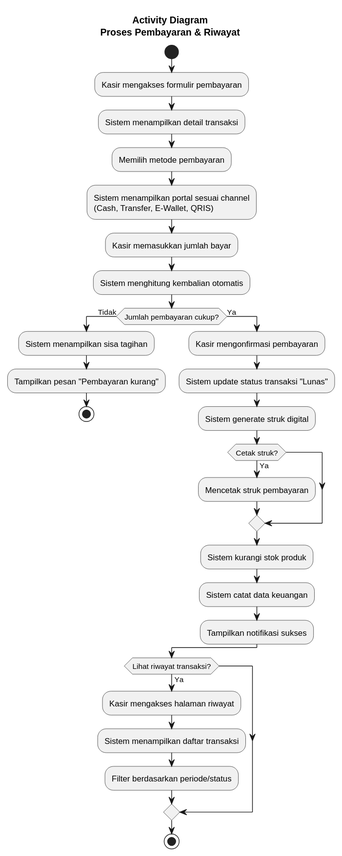
pawon3d/pawon3d keeps this PlantUML diagram as docs/diagrams/svg/activity/activity-inc-1-pembayaran.svg. Above is the earlier version.
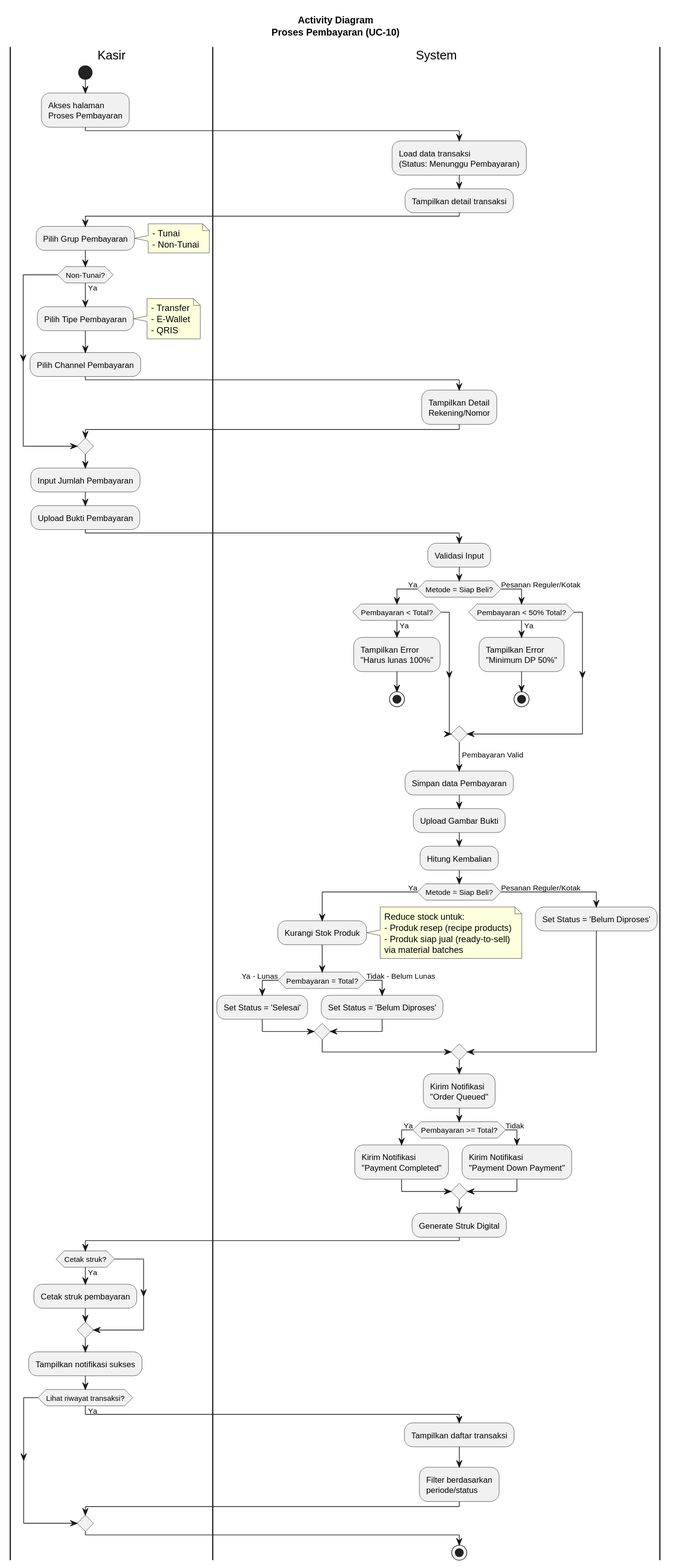
Later version of the same file.

The edit, as a diff of the source:
```diff
@@ -1,40 +1,99 @@
 @startuml
 skinparam activityShape octagon
 
-title Activity Diagram\nProses Pembayaran & Riwayat
+title Activity Diagram\nProses Pembayaran (UC-10)
 
+|Kasir|
 start
-:Kasir mengakses formulir pembayaran;
-:Sistem menampilkan detail transaksi;
+:Akses halaman\nProses Pembayaran;
 
-:Memilih metode pembayaran;
-:Sistem menampilkan portal sesuai channel\n(Cash, Transfer, E-Wallet, QRIS);
+|System|
+:Load data transaksi\n(Status: Menunggu Pembayaran);
+:Tampilkan detail transaksi;
 
-:Kasir memasukkan jumlah bayar;
-:Sistem menghitung kembalian otomatis;
+|Kasir|
+:Pilih Grup Pembayaran;
+note right
+  - Tunai
+  - Non-Tunai
+end note
 
-if (Jumlah pembayaran cukup?) then (Tidak)
-    :Sistem menampilkan sisa tagihan;
-    :Tampilkan pesan "Pembayaran kurang";
-    stop
-else (Ya)
-    :Kasir mengonfirmasi pembayaran;
-    :Sistem update status transaksi "Lunas";
-    :Sistem generate struk digital;
+if (Non-Tunai?) then (Ya)
+  :Pilih Tipe Pembayaran;
+  note right
+    - Transfer
+    - E-Wallet
+    - QRIS
+  end note
 
-    if (Cetak struk?) then (Ya)
-        :Mencetak struk pembayaran;
-    endif
-
-    :Sistem kurangi stok produk;
-    :Sistem catat data keuangan;
-    :Tampilkan notifikasi sukses;
+  :Pilih Channel Pembayaran;
+  |System|
+  :Tampilkan Detail\nRekening/Nomor;
 endif
 
+|Kasir|
+:Input Jumlah Pembayaran;
+:Upload Bukti Pembayaran;
+
+|System|
+:Validasi Input;
+
+if (Metode = Siap Beli?) then (Ya)
+  if (Pembayaran < Total?) then (Ya)
+    :Tampilkan Error\n"Harus lunas 100%";
+    stop
+  endif
+else (Pesanan Reguler/Kotak)
+  if (Pembayaran < 50% Total?) then (Ya)
+    :Tampilkan Error\n"Minimum DP 50%";
+    stop
+  endif
+endif
+
+-> Pembayaran Valid;
+:Simpan data Pembayaran;
+:Upload Gambar Bukti;
+:Hitung Kembalian;
+
+if (Metode = Siap Beli?) then (Ya)
+  :Kurangi Stok Produk;
+  note right
+    Reduce stock untuk:
+    - Produk resep (recipe products)
+    - Produk siap jual (ready-to-sell)
+    via material batches
+  end note
+
+  if (Pembayaran = Total?) then (Ya - Lunas)
+    :Set Status = 'Selesai';
+  else (Tidak - Belum Lunas)
+    :Set Status = 'Belum Diproses';
+  endif
+else (Pesanan Reguler/Kotak)
+  :Set Status = 'Belum Diproses';
+endif
+
+:Kirim Notifikasi\n"Order Queued";
+
+if (Pembayaran >= Total?) then (Ya)
+  :Kirim Notifikasi\n"Payment Completed";
+else (Tidak)
+  :Kirim Notifikasi\n"Payment Down Payment";
+endif
+
+:Generate Struk Digital;
+
+|Kasir|
+if (Cetak struk?) then (Ya)
+  :Cetak struk pembayaran;
+endif
+
+:Tampilkan notifikasi sukses;
+
 if (Lihat riwayat transaksi?) then (Ya)
-    :Kasir mengakses halaman riwayat;
-    :Sistem menampilkan daftar transaksi;
-    :Filter berdasarkan periode/status;
+  |System|
+  :Tampilkan daftar transaksi;
+  :Filter berdasarkan\nperiode/status;
 endif
 
 stop
```
